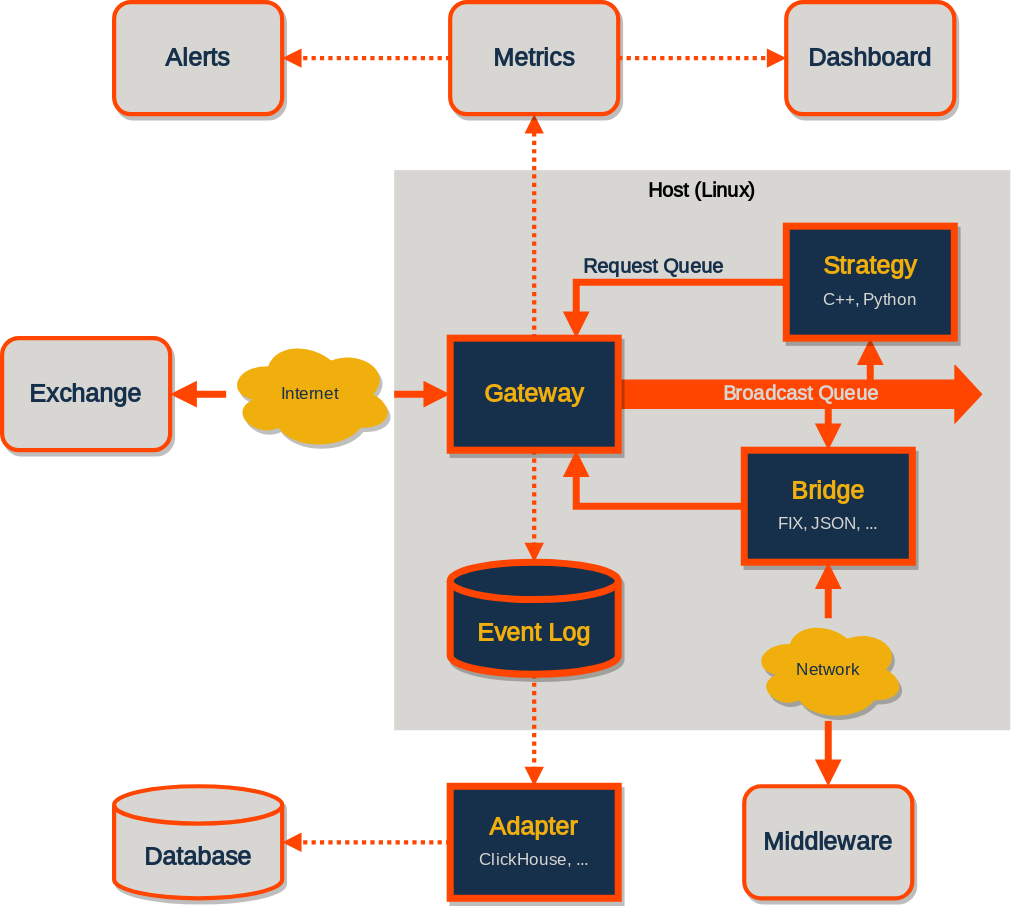
Earlier version of the draw.io export profile/architecture_reference.svg (roq-trading/.github). Source tidied: cells renumbered, new cells last; positions are measured from the earlier drawing's top-left corner, leaving out a move shared by most shapes.
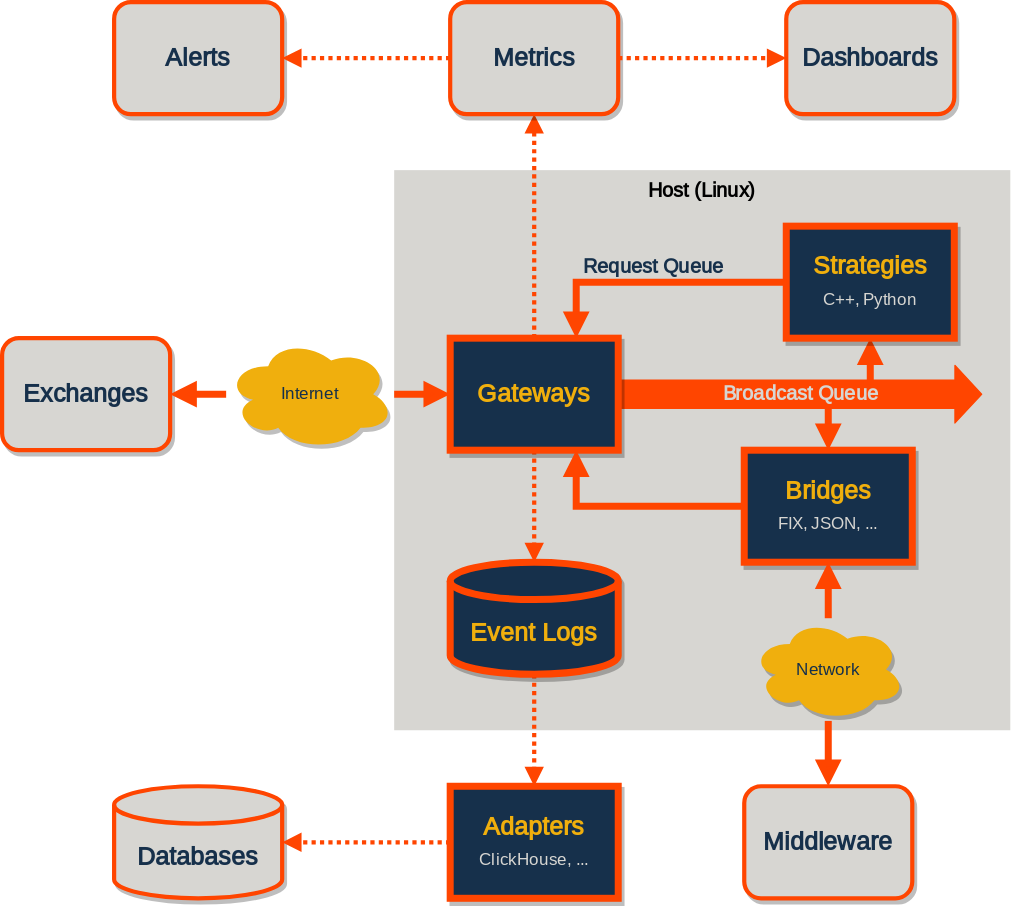
After the change.

Change to the diagram source:
```diff
@@ -29,25 +29,25 @@
         <mxPoint x="700" y="280" as="targetPoint" />
       </mxGeometry>
     </mxCell>
-    <mxCell id="9" value="Gateway" style="rounded=0;whiteSpace=wrap;html=1;labelBackgroundColor=none;fontStyle=1;fontColor=#F0AF0D;fillColor=#16304b;strokeColor=#ff4500;strokeWidth=5;fontFamily=Quattrocento Sans;fontSource=https%3A%2F%2Ffonts.googleapis.com%2Fcss%3Ffamily%3DQuattrocento%2BSans;fontSize=18;shadow=1;" parent="1" vertex="1">
+    <mxCell id="9" value="Gateways" style="rounded=0;whiteSpace=wrap;html=1;labelBackgroundColor=none;fontStyle=1;fontColor=#F0AF0D;fillColor=#16304b;strokeColor=#ff4500;strokeWidth=5;fontFamily=Quattrocento Sans;fontSource=https%3A%2F%2Ffonts.googleapis.com%2Fcss%3Ffamily%3DQuattrocento%2BSans;fontSize=18;shadow=1;" parent="1" vertex="1">
       <mxGeometry x="320" y="240" width="120" height="80" as="geometry" />
     </mxCell>
-    <mxCell id="10" value="&lt;b&gt;&lt;font color=&quot;#f0af0d&quot;&gt;Strategy&lt;/font&gt;&lt;/b&gt;&lt;font style=&quot;font-size: 12px;&quot;&gt;&lt;font style=&quot;font-size: 12px;&quot;&gt;&lt;br style=&quot;&quot;&gt;&lt;font color=&quot;#d7d6d2&quot;&gt;C++, Python&lt;/font&gt;&lt;/font&gt;&lt;/font&gt;" style="rounded=0;whiteSpace=wrap;html=1;fontStyle=0;fontColor=#FFFFFF;fillColor=#16304b;strokeColor=#ff4500;strokeWidth=5;fontFamily=Quattrocento Sans;fontSource=https%3A%2F%2Ffonts.googleapis.com%2Fcss%3Ffamily%3DQuattrocento%2BSans;fontSize=18;shadow=1;" parent="1" vertex="1">
+    <mxCell id="10" value="&lt;b&gt;&lt;font color=&quot;#f0af0d&quot;&gt;Strategies&lt;/font&gt;&lt;/b&gt;&lt;font style=&quot;font-size: 12px;&quot;&gt;&lt;font style=&quot;font-size: 12px;&quot;&gt;&lt;br style=&quot;&quot;&gt;&lt;font color=&quot;#d7d6d2&quot;&gt;C++, Python&lt;/font&gt;&lt;/font&gt;&lt;/font&gt;" style="rounded=0;whiteSpace=wrap;html=1;fontStyle=0;fontColor=#FFFFFF;fillColor=#16304b;strokeColor=#ff4500;strokeWidth=5;fontFamily=Quattrocento Sans;fontSource=https%3A%2F%2Ffonts.googleapis.com%2Fcss%3Ffamily%3DQuattrocento%2BSans;fontSize=18;shadow=1;" parent="1" vertex="1">
       <mxGeometry x="560" y="160" width="120" height="80" as="geometry" />
     </mxCell>
-    <mxCell id="11" value="&lt;b&gt;&lt;font color=&quot;#f0af0d&quot;&gt;Bridge&lt;/font&gt;&lt;/b&gt;&lt;font style=&quot;font-size: 12px;&quot;&gt;&lt;br style=&quot;&quot;&gt;&lt;font color=&quot;#d7d6d2&quot;&gt;FIX, JSON, ...&lt;/font&gt;&lt;/font&gt;" style="rounded=0;whiteSpace=wrap;html=1;fontStyle=0;fontColor=#FFFFFF;fillColor=#16304b;strokeColor=#ff4500;strokeWidth=5;fontFamily=Quattrocento Sans;fontSource=https%3A%2F%2Ffonts.googleapis.com%2Fcss%3Ffamily%3DQuattrocento%2BSans;fontSize=18;shadow=1;" parent="1" vertex="1">
+    <mxCell id="11" value="&lt;b&gt;&lt;font color=&quot;#f0af0d&quot;&gt;Bridges&lt;/font&gt;&lt;/b&gt;&lt;font style=&quot;font-size: 12px;&quot;&gt;&lt;br style=&quot;&quot;&gt;&lt;font color=&quot;#d7d6d2&quot;&gt;FIX, JSON, ...&lt;/font&gt;&lt;/font&gt;" style="rounded=0;whiteSpace=wrap;html=1;fontStyle=0;fontColor=#FFFFFF;fillColor=#16304b;strokeColor=#ff4500;strokeWidth=5;fontFamily=Quattrocento Sans;fontSource=https%3A%2F%2Ffonts.googleapis.com%2Fcss%3Ffamily%3DQuattrocento%2BSans;fontSize=18;shadow=1;" parent="1" vertex="1">
       <mxGeometry x="530" y="320" width="120" height="80" as="geometry" />
     </mxCell>
-    <mxCell id="12" value="Exchange" style="rounded=1;whiteSpace=wrap;html=1;labelBackgroundColor=none;fontStyle=1;fontColor=#16304B;fillColor=#D7D6D2;strokeColor=#ff4500;strokeWidth=3;fontFamily=Quattrocento Sans;fontSource=https%3A%2F%2Ffonts.googleapis.com%2Fcss%3Ffamily%3DQuattrocento%2BSans;fontSize=18;shadow=1;" parent="1" vertex="1">
+    <mxCell id="12" value="Exchanges" style="rounded=1;whiteSpace=wrap;html=1;labelBackgroundColor=none;fontStyle=1;fontColor=#16304B;fillColor=#D7D6D2;strokeColor=#ff4500;strokeWidth=3;fontFamily=Quattrocento Sans;fontSource=https%3A%2F%2Ffonts.googleapis.com%2Fcss%3Ffamily%3DQuattrocento%2BSans;fontSize=18;shadow=1;" parent="1" vertex="1">
       <mxGeometry y="240" width="120" height="80" as="geometry" />
     </mxCell>
-    <mxCell id="13" value="&lt;font color=&quot;#f0af0d&quot;&gt;&lt;br style=&quot;font-size: 18px;&quot;&gt;Event Log&lt;/font&gt;" style="strokeWidth=5;html=1;shape=mxgraph.flowchart.database;whiteSpace=wrap;strokeColor=#FF4500;fillColor=#16304B;fontColor=#FFFFFF;verticalAlign=middle;fontFamily=Quattrocento Sans;fontSource=https%3A%2F%2Ffonts.googleapis.com%2Fcss%3Ffamily%3DQuattrocento%2BSans;fontSize=18;fontStyle=1;shadow=1;" parent="1" vertex="1">
+    <mxCell id="13" value="&lt;font color=&quot;#f0af0d&quot;&gt;&lt;br style=&quot;font-size: 18px;&quot;&gt;Event Logs&lt;/font&gt;" style="strokeWidth=5;html=1;shape=mxgraph.flowchart.database;whiteSpace=wrap;strokeColor=#FF4500;fillColor=#16304B;fontColor=#FFFFFF;verticalAlign=middle;fontFamily=Quattrocento Sans;fontSource=https%3A%2F%2Ffonts.googleapis.com%2Fcss%3Ffamily%3DQuattrocento%2BSans;fontSize=18;fontStyle=1;shadow=1;" parent="1" vertex="1">
       <mxGeometry x="320" y="400" width="120" height="80" as="geometry" />
     </mxCell>
-    <mxCell id="14" value="&lt;font color=&quot;#f0af0d&quot;&gt;&lt;b&gt;Adapter&lt;/b&gt;&lt;/font&gt;&lt;font style=&quot;font-size: 12px;&quot;&gt;&lt;br style=&quot;&quot;&gt;&lt;font color=&quot;#d7d6d2&quot;&gt;ClickHouse, ...&lt;/font&gt;&lt;/font&gt;" style="rounded=0;whiteSpace=wrap;html=1;labelBackgroundColor=none;fontStyle=0;fontColor=#FFFFFF;fillColor=#16304B;strokeColor=#FF4500;strokeWidth=5;fontFamily=Quattrocento Sans;fontSource=https%3A%2F%2Ffonts.googleapis.com%2Fcss%3Ffamily%3DQuattrocento%2BSans;fontSize=18;shadow=1;" parent="1" vertex="1">
+    <mxCell id="14" value="&lt;font color=&quot;#f0af0d&quot;&gt;&lt;b&gt;Adapters&lt;/b&gt;&lt;/font&gt;&lt;font style=&quot;font-size: 12px;&quot;&gt;&lt;br style=&quot;&quot;&gt;&lt;font color=&quot;#d7d6d2&quot;&gt;ClickHouse, ...&lt;/font&gt;&lt;/font&gt;" style="rounded=0;whiteSpace=wrap;html=1;labelBackgroundColor=none;fontStyle=0;fontColor=#FFFFFF;fillColor=#16304B;strokeColor=#FF4500;strokeWidth=5;fontFamily=Quattrocento Sans;fontSource=https%3A%2F%2Ffonts.googleapis.com%2Fcss%3Ffamily%3DQuattrocento%2BSans;fontSize=18;shadow=1;" parent="1" vertex="1">
       <mxGeometry x="320" y="560" width="120" height="80" as="geometry" />
     </mxCell>
-    <mxCell id="15" value="&lt;br style=&quot;font-size: 18px;&quot;&gt;Database" style="strokeWidth=3;html=1;shape=mxgraph.flowchart.database;whiteSpace=wrap;strokeColor=#FF4500;fillColor=#D7D6D2;fontColor=#16304B;verticalAlign=middle;fontFamily=Quattrocento Sans;fontSource=https%3A%2F%2Ffonts.googleapis.com%2Fcss%3Ffamily%3DQuattrocento%2BSans;fontSize=18;fontStyle=1;shadow=1;" parent="1" vertex="1">
+    <mxCell id="15" value="&lt;br style=&quot;font-size: 18px;&quot;&gt;Databases" style="strokeWidth=3;html=1;shape=mxgraph.flowchart.database;whiteSpace=wrap;strokeColor=#FF4500;fillColor=#D7D6D2;fontColor=#16304B;verticalAlign=middle;fontFamily=Quattrocento Sans;fontSource=https%3A%2F%2Ffonts.googleapis.com%2Fcss%3Ffamily%3DQuattrocento%2BSans;fontSize=18;fontStyle=1;shadow=1;" parent="1" vertex="1">
       <mxGeometry x="80" y="560" width="120" height="80" as="geometry" />
     </mxCell>
     <mxCell id="16" style="endArrow=block;startArrow=none;html=1;entryX=0;entryY=0.5;entryDx=0;entryDy=0;endFill=1;strokeWidth=5;startFill=1;strokeColor=#ff4500;fontFamily=Quattrocento Sans;fontSource=https%3A%2F%2Ffonts.googleapis.com%2Fcss%3Ffamily%3DQuattrocento%2BSans;fontSize=14;" parent="1" edge="1" source="29" target="9">
@@ -56,7 +56,7 @@
     <mxCell id="17" value="Metrics" style="rounded=1;whiteSpace=wrap;html=1;labelBackgroundColor=none;fontStyle=1;fontColor=#16304B;fillColor=#D7D6D2;strokeColor=#FF4500;strokeWidth=3;fontFamily=Quattrocento Sans;fontSource=https%3A%2F%2Ffonts.googleapis.com%2Fcss%3Ffamily%3DQuattrocento%2BSans;fontSize=18;shadow=1;" parent="1" vertex="1">
       <mxGeometry x="320" width="120" height="80" as="geometry" />
     </mxCell>
-    <mxCell id="18" value="Dashboard" style="rounded=1;whiteSpace=wrap;html=1;labelBackgroundColor=none;fontStyle=1;fontColor=#16304B;fillColor=#D7D6D2;strokeColor=#FF4500;strokeWidth=3;fontFamily=Quattrocento Sans;fontSource=https%3A%2F%2Ffonts.googleapis.com%2Fcss%3Ffamily%3DQuattrocento%2BSans;fontSize=18;shadow=1;" parent="1" vertex="1">
+    <mxCell id="18" value="Dashboards" style="rounded=1;whiteSpace=wrap;html=1;labelBackgroundColor=none;fontStyle=1;fontColor=#16304B;fillColor=#D7D6D2;strokeColor=#FF4500;strokeWidth=3;fontFamily=Quattrocento Sans;fontSource=https%3A%2F%2Ffonts.googleapis.com%2Fcss%3Ffamily%3DQuattrocento%2BSans;fontSize=18;shadow=1;" parent="1" vertex="1">
       <mxGeometry x="560" width="120" height="80" as="geometry" />
     </mxCell>
     <mxCell id="19" value="Alerts" style="rounded=1;whiteSpace=wrap;html=1;labelBackgroundColor=none;fontStyle=1;fontColor=#16304B;fillColor=#D7D6D2;strokeColor=#FF4500;strokeWidth=3;fontFamily=Quattrocento Sans;fontSource=https%3A%2F%2Ffonts.googleapis.com%2Fcss%3Ffamily%3DQuattrocento%2BSans;fontSize=18;shadow=1;" parent="1" vertex="1">
```
